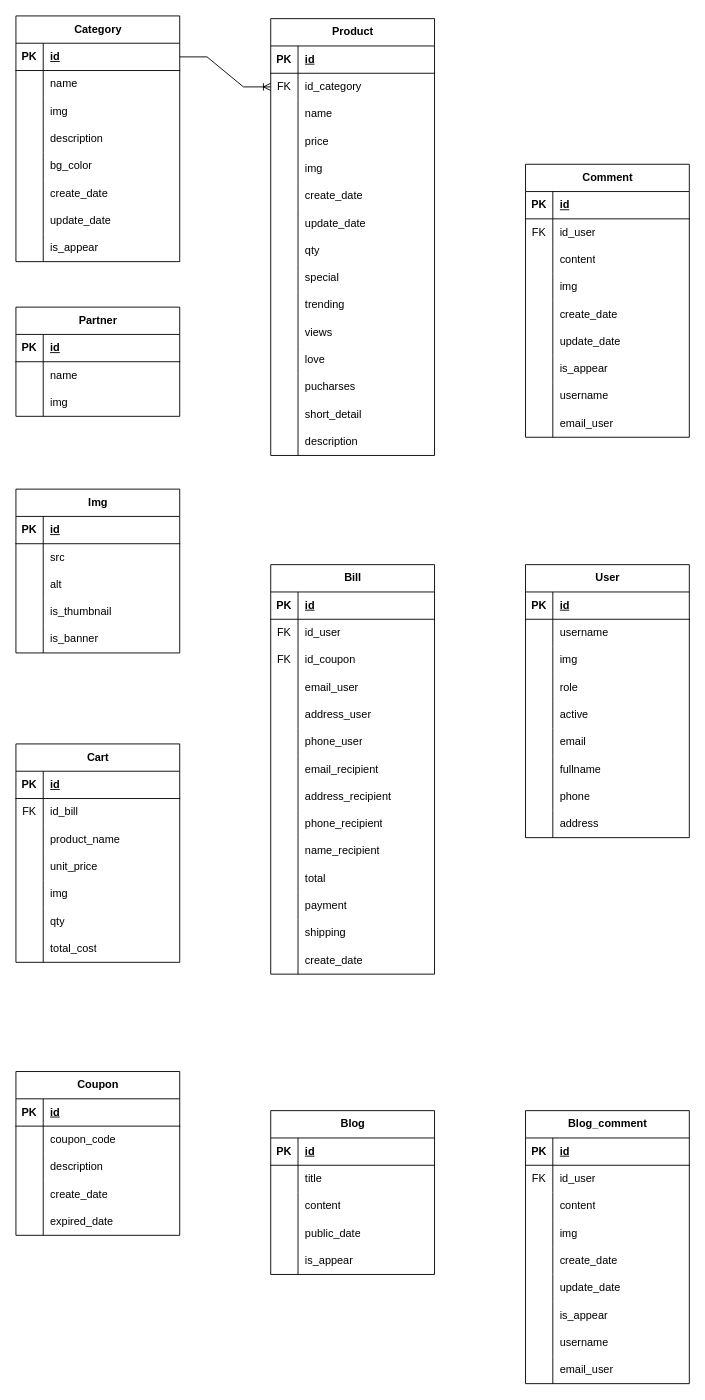
Above: page "ERD_Level-2" (1 of 2) of .vscode/LEGOUS_DIAGRAM.drawio in thanh8724/Legous (draw.io), before the change. Source tidied: cells renumbered, new cells numbered last; positions are measured from the earlier drawing's top-left corner, leaving out a move shared by most shapes. Both pictures are drawn from the tidied source at 91%, with x=0, y=0 at pixel (15, 15).
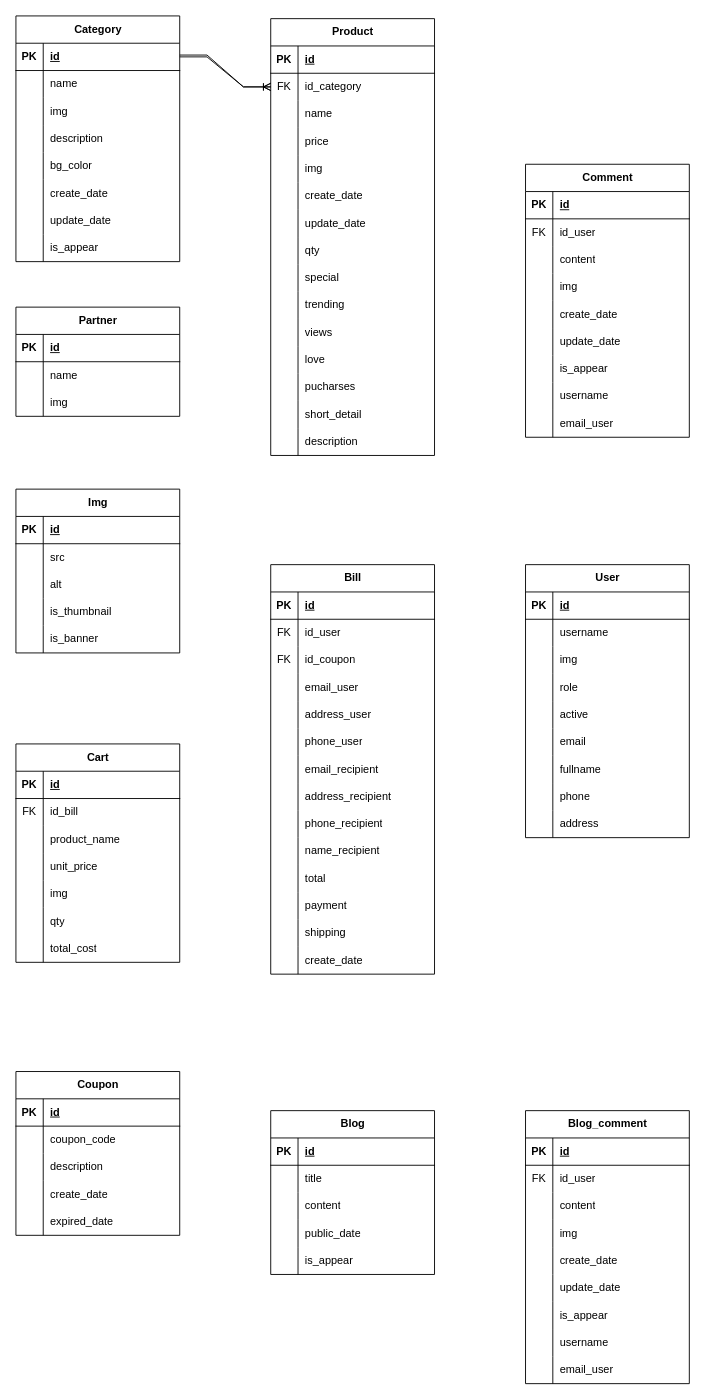
Above is the later version.

The change refers to these unchanged cells:
```xml
<mxCell id="6" style="shape=tableRow;horizontal=0;startSize=0;swimlaneHead=0;swimlaneBody=0;fillColor=none;points=[[0,0.5],[1,0.5]];portConstraint=eastwest;top=0;left=0;right=0;bottom=0;" parent="2" vertex="1">
  <mxGeometry y="60" width="180" height="30" as="geometry" />
</mxCell>
```

What changed in the source:
```diff
@@
+    <mxCell id="281" style="edgeStyle=entityRelationEdgeStyle;fontSize=12;html=1;endArrow=ERoneToMany;rounded=0;entryX=0;entryY=0.5;entryDx=0;entryDy=0;" parent="1" edge="1" target="6">
+      <mxGeometry relative="1" as="geometry">
+        <mxPoint x="180" y="43" as="sourcePoint" />
+      </mxGeometry>
+    </mxCell>
```
